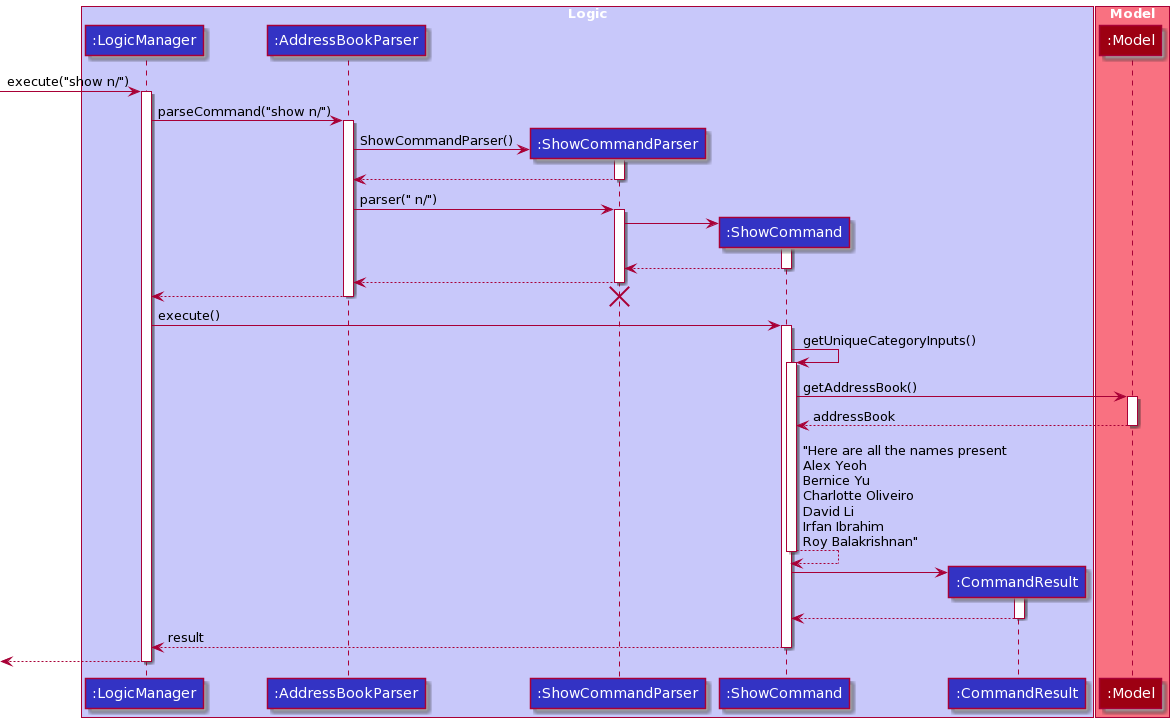
This is docs/images/ShowCommandSequenceDiagram.png from nus-cs2103-AY2122S1/tp, a PlantUML export, as it was before one commit.
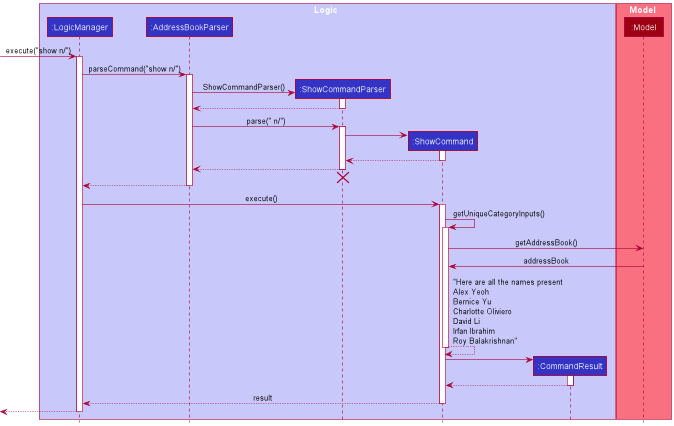
Above is the later version.

The edit, as a diff of the source:
```diff
@@ -1,53 +1,76 @@
 @startuml
-skinparam defaultFontColor #White
-skinparam arrowFontColor #Black
+!include style.puml
 
-box "Logic" #C8C8FA
-
-participant ":LogicManager" #3333C4
-participant ":AddressBookParser" #3333C4
-participant ":ShowCommandParser" #3333C4
-participant ":ShowCommand" #3333C4
-participant ":CommandResult" #3333C4
-
--> ":LogicManager" ++: execute("show n/")
-":LogicManager" -> ":AddressBookParser" ++ : parseCommand("show n/")
-":AddressBookParser" -> ":ShowCommandParser" ** : ShowCommandParser()
-activate ":ShowCommandParser"
-":ShowCommandParser" --> ":AddressBookParser" -- :
-":AddressBookParser" -> ":ShowCommandParser" ++ : parser(" n/")
-
-":ShowCommandParser" -> ":ShowCommand" ** :
-activate ":ShowCommand"
-":ShowCommand" --> ":ShowCommandParser" --:
-":ShowCommandParser" --> ":AddressBookParser" --:
-
-":AddressBookParser" --> ":LogicManager" -- :
-destroy ":ShowCommandParser"
-
-":LogicManager" -> ":ShowCommand" ++ : execute()
-
-":ShowCommand" -> ":ShowCommand" ++ : getUniqueCategoryInputs()
-
+box Logic LOGIC_COLOR_T1
+participant ":LogicManager" as LogicManager LOGIC_COLOR
+participant ":AddressBookParser" as AddressBookParser LOGIC_COLOR
+participant ":ShowCommandParser" as ShowCommandParser LOGIC_COLOR
+participant ":ShowCommand" as ShowCommand LOGIC_COLOR
+participant ":CommandResult" as CommandResult LOGIC_COLOR
 end box
 
-box "Model" #F97181
+box Model MODEL_COLOR_T1
+participant ":Model" as Model MODEL_COLOR
+end box
 
-participant ":Model" #9D0012
+[-> LogicManager : execute("show n/")
+activate LogicManager
 
-":ShowCommand" -> ":Model" ++ : getAddressBook()
-":Model" --> ":ShowCommand" --: addressBook
+LogicManager -> AddressBookParser : parseCommand("show n/")
+activate AddressBookParser
 
-":ShowCommand" --> ":ShowCommand" -- : "Here are all the names present\nAlex Yeoh\nBernice Yu\nCharlotte Oliveiro\nDavid Li\nIrfan Ibrahim\nRoy Balakrishnan"
-
-":ShowCommand" -> ":CommandResult" ** :
-activate ":CommandResult"
-":CommandResult" --> ":ShowCommand" -- :
-
-":ShowCommand" --> ":LogicManager" -- : result
-
-return
+create ShowCommandParser
 
 
-end box
+
+AddressBookParser -> ShowCommandParser: ShowCommandParser()
+activate ShowCommandParser
+
+ShowCommandParser --> AddressBookParser
+
+deactivate ShowCommandParser
+
+AddressBookParser -> ShowCommandParser : parse(" n/")
+activate ShowCommandParser
+
+create ShowCommand
+ShowCommandParser -> ShowCommand
+activate ShowCommand
+
+ShowCommand --> ShowCommandParser :
+deactivate ShowCommand
+
+ShowCommandParser --> AddressBookParser :
+deactivate ShowCommandParser
+ShowCommandParser -[hidden]-> AddressBookParser:
+destroy ShowCommandParser
+
+AddressBookParser --> LogicManager :
+deactivate AddressBookParser
+
+LogicManager -> ShowCommand : execute()
+activate ShowCommand
+
+ShowCommand -> ShowCommand : getUniqueCategoryInputs()
+
+activate ShowCommand
+ShowCommand -> Model : getAddressBook()
+Model -> ShowCommand: addressBook
+
+ShowCommand --> ShowCommand: "Here are all the names present\nAlex Yeoh\nBernice Yu\nCharlotte Oliviero\nDavid Li\nIrfan Ibrahim\nRoy Balakrishnan"
+
+deactivate ShowCommand
+
+create CommandResult
+ShowCommand -> CommandResult
+activate CommandResult
+
+CommandResult --> ShowCommand
+deactivate CommandResult
+
+ShowCommand --> LogicManager : result
+deactivate ShowCommand
+
+[<--LogicManager
+deactivate LogicManager
 @enduml
```
